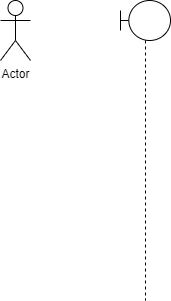
This is static/Diagramme des séquences conceptuel  log et pointage .drawio.png from Siluearsene/borne_biometrique, a draw.io export, as it was before one commit. Source tidied: cells renumbered, new cells last; positions are measured from the earlier drawing's top-left corner, leaving out a move shared by most shapes.
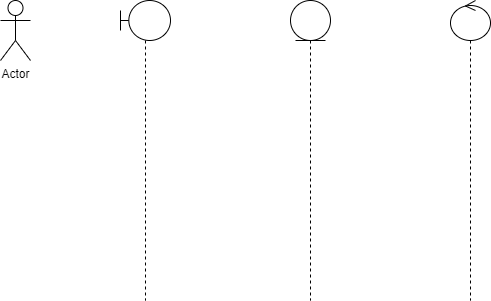
After the commit.

Commit message:
Mettre à jour Diagramme des séquences conceptuel  log et pointage .drawio.png

Diff of the diagram source:
```diff
@@ -8,5 +8,11 @@
     <mxCell id="3" style="shape=umlLifeline;perimeter=lifelinePerimeter;whiteSpace=wrap;html=1;newEdgeStyle={&quot;edgeStyle&quot;:&quot;elbowEdgeStyle&quot;,&quot;elbow&quot;:&quot;vertical&quot;,&quot;curved&quot;:0,&quot;rounded&quot;:0};participant=umlBoundary;" parent="1" vertex="1">
       <mxGeometry x="120" width="50" height="300" as="geometry" />
     </mxCell>
+    <mxCell id="4" style="shape=umlLifeline;perimeter=lifelinePerimeter;whiteSpace=wrap;html=1;newEdgeStyle={&quot;edgeStyle&quot;:&quot;elbowEdgeStyle&quot;,&quot;elbow&quot;:&quot;vertical&quot;,&quot;curved&quot;:0,&quot;rounded&quot;:0};participant=umlEntity;" parent="1" vertex="1">
+      <mxGeometry x="290" width="40" height="300" as="geometry" />
+    </mxCell>
+    <mxCell id="5" style="shape=umlLifeline;perimeter=lifelinePerimeter;whiteSpace=wrap;html=1;newEdgeStyle={&quot;edgeStyle&quot;:&quot;elbowEdgeStyle&quot;,&quot;elbow&quot;:&quot;vertical&quot;,&quot;curved&quot;:0,&quot;rounded&quot;:0};participant=umlControl;" parent="1" vertex="1">
+      <mxGeometry x="450" width="40" height="300" as="geometry" />
+    </mxCell>
   </root>
 </mxGraphModel>
```
